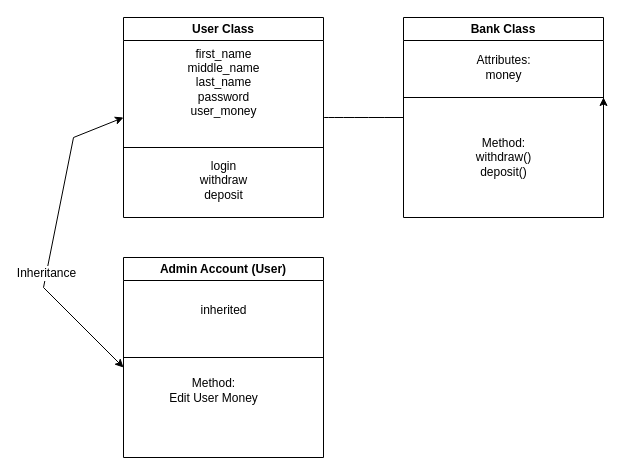
Earlier version of the draw.io diagram Bank.drawio.xml (L2530L/Bank_System). Source tidied: cells renumbered, new cells numbered last; positions are measured from the earlier drawing's top-left corner, leaving out a move shared by most shapes. Both pictures are drawn from the tidied source at 100%, with x=0, y=0 at pixel (43, 17).
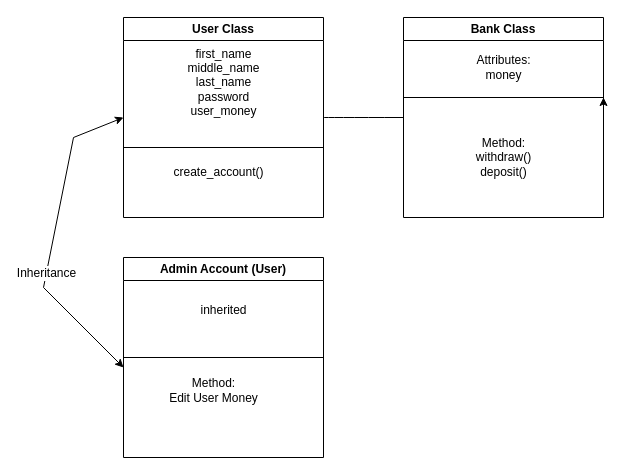
Above is the later version.

The change refers to these unchanged cells:
```xml
<mxCell id="2" value="User Class" style="swimlane;whiteSpace=wrap;html=1;" parent="1" vertex="1">
  <mxGeometry x="80" width="200" height="200" as="geometry" />
</mxCell>
```

Diff of the diagram source:
```diff
@@
-    <mxCell id="4" value="login&lt;br&gt;withdraw&lt;div&gt;deposit&lt;/div&gt;" style="text;html=1;align=center;verticalAlign=middle;strokeColor=none;fillColor=none;" parent="2" vertex="1">
-      <mxGeometry x="65" y="133" width="70" height="60" as="geometry" />
+    <mxCell id="4" value="create_account()" style="text;html=1;align=center;verticalAlign=middle;strokeColor=none;fillColor=none;" parent="2" vertex="1">
+      <mxGeometry x="40" y="140" width="110" height="30" as="geometry" />
     </mxCell>
```
